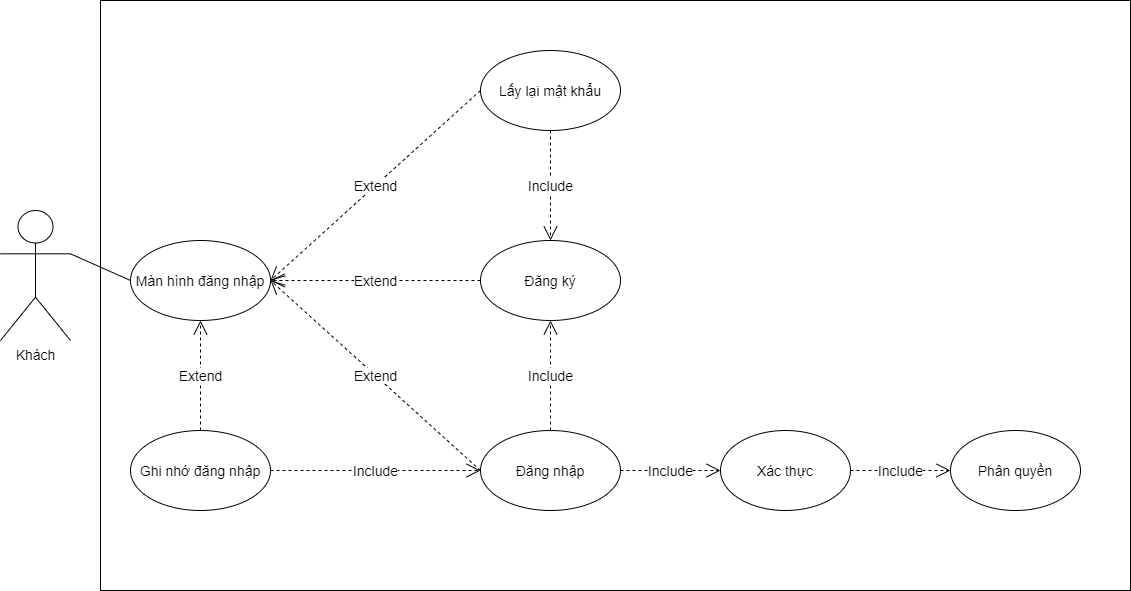
Above: USE_CASE_SPRINT2.png in trancongphuoc/C0720G1-TRANCONGPHUOC (draw.io), before the change. Source tidied: cells renumbered, new cells last; positions are measured from the earlier drawing's top-left corner, leaving out a move shared by most shapes. Its diagram source:
```xml
<mxGraphModel>
  <root>
    <mxCell id="0" />
    <mxCell id="1" parent="0" />
    <mxCell id="2" style="rounded=0;whiteSpace=wrap;html=1;fontSize=14;verticalAlign=middle;" parent="1" vertex="1">
      <mxGeometry x="100" width="1030" height="590" as="geometry" />
    </mxCell>
    <mxCell id="3" value="Khách" style="shape=umlActor;verticalLabelPosition=bottom;verticalAlign=top;html=1;outlineConnect=0;fontSize=14;" parent="1" vertex="1">
      <mxGeometry y="210" width="70" height="130" as="geometry" />
    </mxCell>
    <mxCell id="4" value="Đăng nhập" style="ellipse;whiteSpace=wrap;html=1;fontSize=14;" parent="1" vertex="1">
      <mxGeometry x="480" y="430" width="140" height="80" as="geometry" />
    </mxCell>
    <mxCell id="5" value="Xác thực" style="ellipse;whiteSpace=wrap;html=1;fontSize=14;" parent="1" vertex="1">
      <mxGeometry x="720" y="430" width="130" height="80" as="geometry" />
    </mxCell>
    <mxCell id="6" value="Phân quyền" style="ellipse;whiteSpace=wrap;html=1;fontSize=14;" parent="1" vertex="1">
      <mxGeometry x="950" y="430" width="130" height="80" as="geometry" />
    </mxCell>
    <mxCell id="7" value="Lấy lại mật khẩu" style="ellipse;whiteSpace=wrap;html=1;fontSize=14;" parent="1" vertex="1">
      <mxGeometry x="480" y="50" width="140" height="80" as="geometry" />
    </mxCell>
    <mxCell id="8" value="Extend" style="endArrow=open;endSize=12;dashed=1;html=1;exitX=0;exitY=0.5;exitDx=0;exitDy=0;fontSize=14;" parent="1" edge="1" source="4">
      <mxGeometry relative="1" as="geometry">
        <mxPoint x="270" y="280" as="targetPoint" />
      </mxGeometry>
    </mxCell>
    <mxCell id="9" value="Ghi nhớ đăng nhập" style="ellipse;whiteSpace=wrap;html=1;fontSize=14;" parent="1" vertex="1">
      <mxGeometry x="130" y="430" width="140" height="80" as="geometry" />
    </mxCell>
    <mxCell id="10" value="Include" style="endArrow=open;endSize=12;dashed=1;html=1;exitX=1;exitY=0.5;exitDx=0;exitDy=0;entryX=0;entryY=0.5;entryDx=0;entryDy=0;fontSize=14;" parent="1" edge="1" source="5" target="6">
      <mxGeometry relative="1" as="geometry" />
    </mxCell>
    <mxCell id="11" value="Đăng ký" style="ellipse;whiteSpace=wrap;html=1;fontSize=14;" parent="1" vertex="1">
      <mxGeometry x="480" y="240" width="140" height="80" as="geometry" />
    </mxCell>
    <mxCell id="12" value="Include" style="endArrow=open;endSize=12;dashed=1;html=1;exitX=0.5;exitY=1;exitDx=0;exitDy=0;entryX=0.5;entryY=0;entryDx=0;entryDy=0;fontSize=14;" parent="1" edge="1" source="7" target="11">
      <mxGeometry relative="1" as="geometry" />
    </mxCell>
    <mxCell id="13" value="Include" style="endArrow=open;endSize=12;dashed=1;html=1;exitX=0.5;exitY=0;exitDx=0;exitDy=0;entryX=0.5;entryY=1;entryDx=0;entryDy=0;fontSize=14;" parent="1" edge="1" source="4" target="11">
      <mxGeometry relative="1" as="geometry" />
    </mxCell>
    <mxCell id="14" value="Include" style="endArrow=open;endSize=12;dashed=1;html=1;exitX=1;exitY=0.5;exitDx=0;exitDy=0;entryX=0;entryY=0.5;entryDx=0;entryDy=0;fontSize=14;" parent="1" edge="1" source="4" target="5">
      <mxGeometry relative="1" as="geometry" />
    </mxCell>
    <mxCell id="15" value="Extend" style="endArrow=open;endSize=12;dashed=1;html=1;exitX=0;exitY=0.5;exitDx=0;exitDy=0;fontSize=14;" parent="1" edge="1" source="11">
      <mxGeometry relative="1" as="geometry">
        <mxPoint x="270" y="280" as="targetPoint" />
      </mxGeometry>
    </mxCell>
    <mxCell id="16" value="Extend" style="endArrow=open;endSize=12;dashed=1;html=1;exitX=0;exitY=0.5;exitDx=0;exitDy=0;fontSize=14;" parent="1" edge="1" source="7">
      <mxGeometry relative="1" as="geometry">
        <mxPoint x="270" y="280" as="targetPoint" />
      </mxGeometry>
    </mxCell>
    <mxCell id="17" value="Màn hình đăng nhập" style="ellipse;whiteSpace=wrap;html=1;fontSize=14;" parent="1" vertex="1">
      <mxGeometry x="130" y="240" width="140" height="80" as="geometry" />
    </mxCell>
    <mxCell id="18" style="endArrow=none;html=1;exitX=1;exitY=0.3333333333333333;exitDx=0;exitDy=0;exitPerimeter=0;entryX=0;entryY=0.5;entryDx=0;entryDy=0;fontSize=14;" parent="1" edge="1" source="3" target="17">
      <mxGeometry relative="1" as="geometry" />
    </mxCell>
    <mxCell id="19" value="Extend" style="endArrow=open;endSize=12;dashed=1;html=1;exitX=0.5;exitY=0;exitDx=0;exitDy=0;fontSize=14;entryX=0.5;entryY=1;entryDx=0;entryDy=0;" parent="1" edge="1" source="9" target="17">
      <mxGeometry relative="1" as="geometry" />
    </mxCell>
    <mxCell id="20" value="Include" style="endArrow=open;endSize=12;dashed=1;html=1;exitX=1;exitY=0.5;exitDx=0;exitDy=0;fontSize=14;entryX=0;entryY=0.5;entryDx=0;entryDy=0;" parent="1" edge="1" source="9" target="4">
      <mxGeometry relative="1" as="geometry" />
    </mxCell>
  </root>
</mxGraphModel>
```
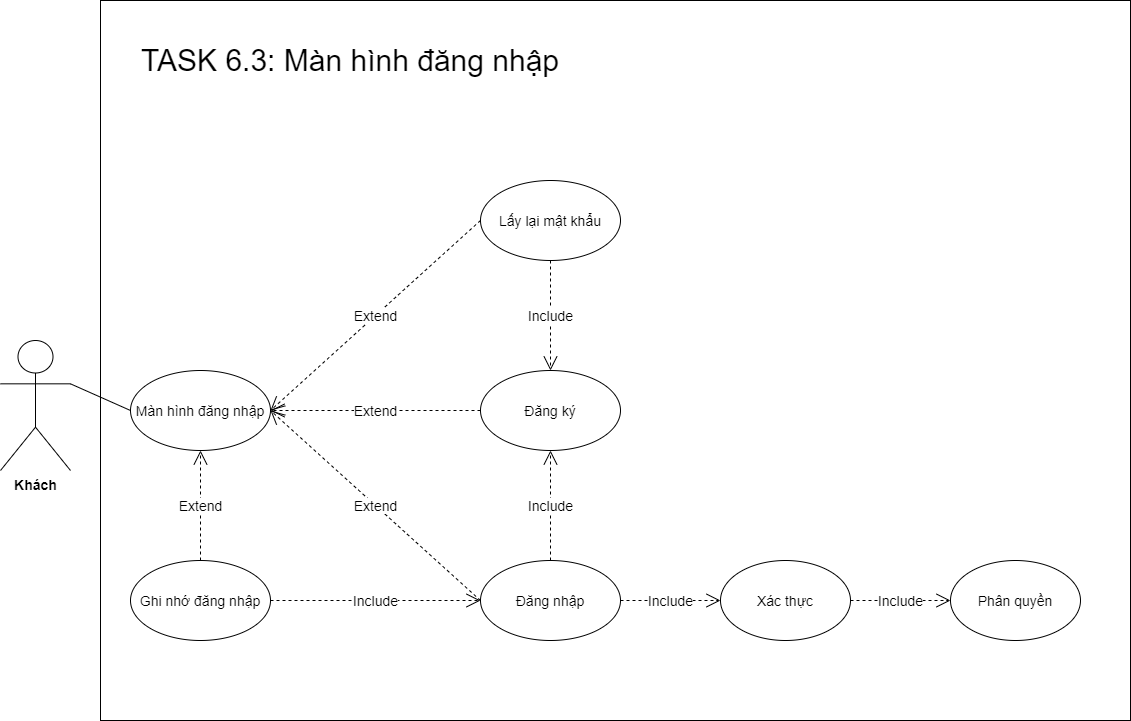
After the change.

The edit, as a diff of the source:
```diff
@@ -3,9 +3,9 @@
     <mxCell id="0" />
     <mxCell id="1" parent="0" />
     <mxCell id="2" style="rounded=0;whiteSpace=wrap;html=1;fontSize=14;verticalAlign=middle;" parent="1" vertex="1">
-      <mxGeometry x="100" width="1030" height="590" as="geometry" />
+      <mxGeometry x="100" y="-130" width="1030" height="720" as="geometry" />
     </mxCell>
-    <mxCell id="3" value="Khách" style="shape=umlActor;verticalLabelPosition=bottom;verticalAlign=top;html=1;outlineConnect=0;fontSize=14;" parent="1" vertex="1">
+    <mxCell id="3" value="Khách" style="shape=umlActor;verticalLabelPosition=bottom;verticalAlign=top;html=1;outlineConnect=0;fontSize=14;fontStyle=1;" parent="1" vertex="1">
       <mxGeometry y="210" width="70" height="130" as="geometry" />
     </mxCell>
     <mxCell id="4" value="Đăng nhập" style="ellipse;whiteSpace=wrap;html=1;fontSize=14;" parent="1" vertex="1">
@@ -65,5 +65,8 @@
     <mxCell id="20" value="Include" style="endArrow=open;endSize=12;dashed=1;html=1;exitX=1;exitY=0.5;exitDx=0;exitDy=0;fontSize=14;entryX=0;entryY=0.5;entryDx=0;entryDy=0;" parent="1" edge="1" source="9" target="4">
       <mxGeometry relative="1" as="geometry" />
     </mxCell>
+    <mxCell id="21" value="TASK 6.3: Màn hình đăng nhập" style="text;html=1;strokeColor=none;fillColor=none;align=center;verticalAlign=middle;whiteSpace=wrap;rounded=0;fontSize=30;" parent="1" vertex="1">
+      <mxGeometry x="130" y="-100" width="440" height="60" as="geometry" />
+    </mxCell>
   </root>
 </mxGraphModel>
```
